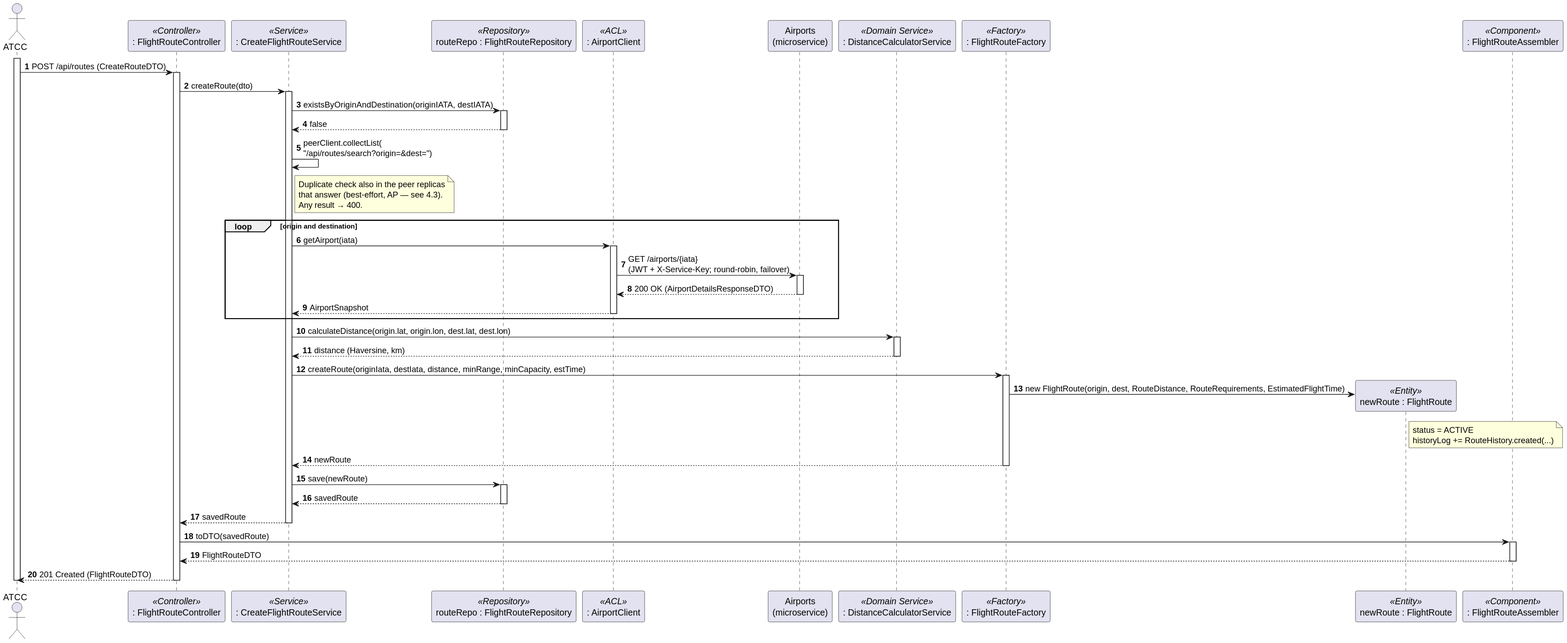
caetanotiago/Project_SIDIS keeps this PlantUML diagram as docs/5-scenarios/flightroutes/svg/FlightRoutes-SD-CreateRoute.svg. Above is the earlier version. Source of this version:
```plantuml
@startuml
autonumber
actor "ATCC" as ATCC

participant ": FlightRouteController" as Ctrl <<Controller>>
participant ": CreateFlightRouteService" as Service <<Service>>
participant "routeRepo : FlightRouteRepository" as RouteRepo <<Repository>>
participant ": AirportClient" as AirClient <<ACL>>
participant "Airports\n(microservice)" as AP
participant ": DistanceCalculatorService" as DistCalc <<Domain Service>>
participant ": FlightRouteFactory" as Factory <<Factory>>
participant "newRoute : FlightRoute" as Route <<Entity>>
participant ": FlightRouteAssembler" as Assembler <<Component>>

activate ATCC
ATCC -> Ctrl : POST /api/routes (CreateRouteDTO)
activate Ctrl

Ctrl -> Service : createRoute(dto)
activate Service

Service -> RouteRepo : existsByOriginAndDestination(originIATA, destIATA)
activate RouteRepo
RouteRepo --> Service : false
deactivate RouteRepo

Service -> Service : peerClient.collectList(\n"/api/routes/search?origin=&dest=")
note right of Service
  Duplicate check also in the peer replicas
  that answer (best-effort, AP — see 4.3).
  Any result → 400.
end note

loop origin and destination
    Service -> AirClient : getAirport(iata)
    activate AirClient
    AirClient -> AP : GET /airports/{iata}\n(JWT + X-Service-Key; round-robin, failover)
    activate AP
    AP --> AirClient : 200 OK (AirportDetailsResponseDTO)
    deactivate AP
    AirClient --> Service : AirportSnapshot
    deactivate AirClient
end

Service -> DistCalc : calculateDistance(origin.lat, origin.lon, dest.lat, dest.lon)
activate DistCalc
DistCalc --> Service : distance (Haversine, km)
deactivate DistCalc

Service -> Factory : createRoute(originIata, destIata, distance, minRange, minCapacity, estTime)
activate Factory
Factory -> Route ** : new FlightRoute(origin, dest, RouteDistance, RouteRequirements, EstimatedFlightTime)
note right of Route : status = ACTIVE\nhistoryLog += RouteHistory.created(...)
Factory --> Service : newRoute
deactivate Factory

Service -> RouteRepo : save(newRoute)
activate RouteRepo
RouteRepo --> Service : savedRoute
deactivate RouteRepo

Service --> Ctrl : savedRoute
deactivate Service

Ctrl -> Assembler : toDTO(savedRoute)
activate Assembler
Assembler --> Ctrl : FlightRouteDTO
deactivate Assembler

Ctrl --> ATCC : 201 Created (FlightRouteDTO)
deactivate Ctrl
deactivate ATCC
@enduml
```
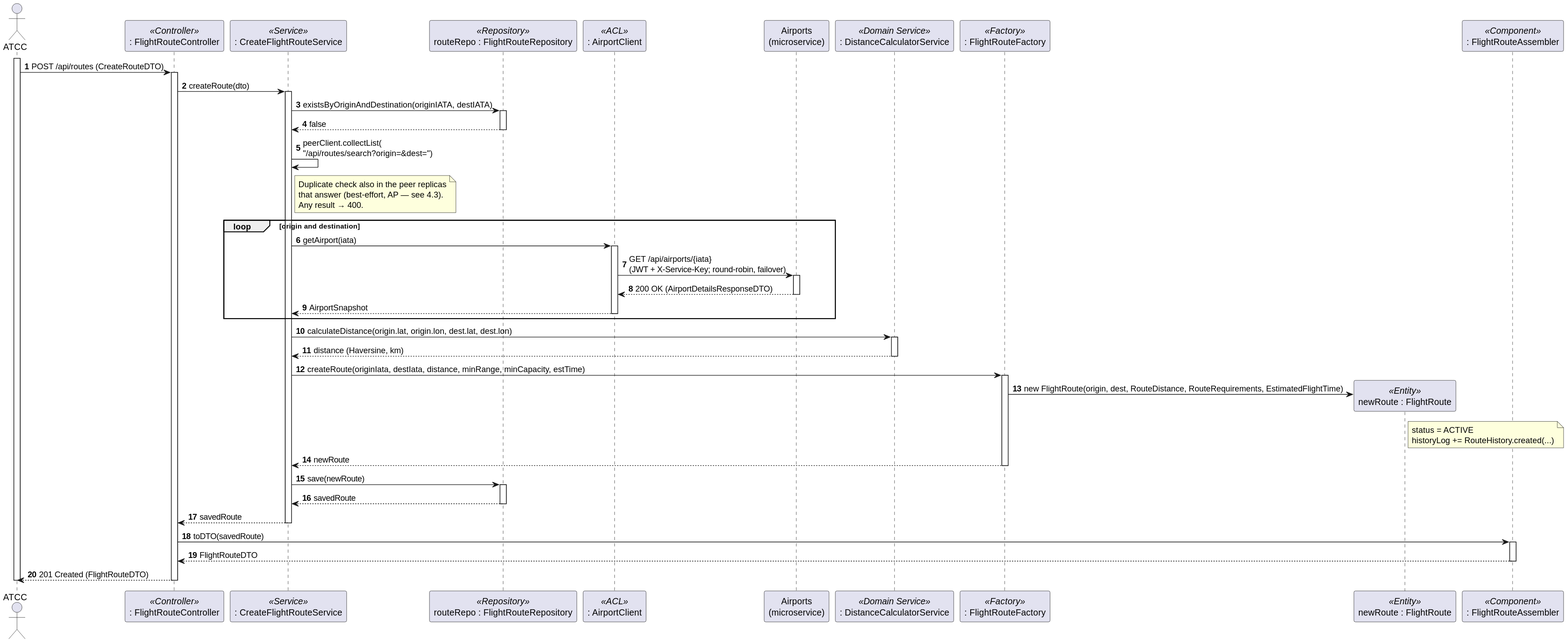
The same file after the commit.

What changed in the source:
```diff
@@ -34,7 +34,7 @@
 loop origin and destination
     Service -> AirClient : getAirport(iata)
     activate AirClient
-    AirClient -> AP : GET /airports/{iata}\n(JWT + X-Service-Key; round-robin, failover)
+    AirClient -> AP : GET /api/airports/{iata}\n(JWT + X-Service-Key; round-robin, failover)
     activate AP
     AP --> AirClient : 200 OK (AirportDetailsResponseDTO)
     deactivate AP
```
